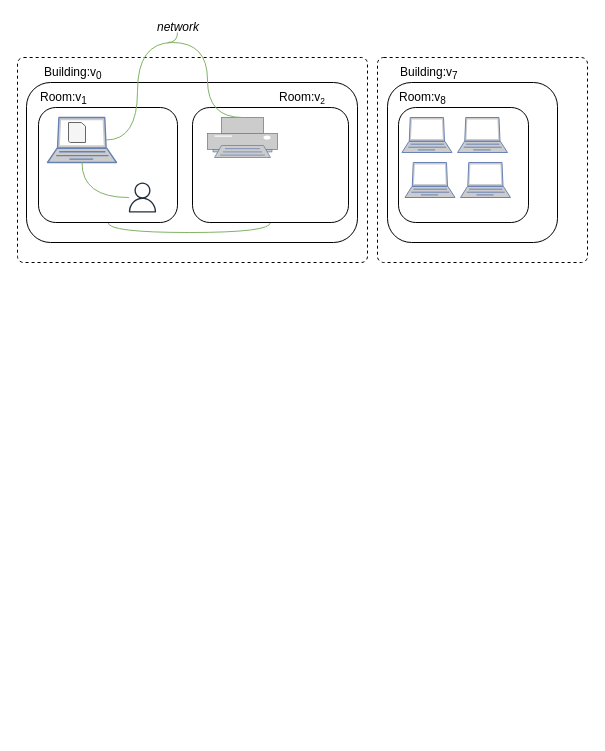
Before: etc/doc/docusaurus/assets/bigraph-models.drawio in bigraph-toolkit-suite/bigraphs.bigraph-framework, a draw.io diagram. Source tidied: cells renumbered, new cells numbered last; positions are measured from the earlier drawing's top-left corner, leaving out a move shared by most shapes. Both pictures are drawn from the tidied source at 100%, with x=0, y=0 at pixel (17, 17).
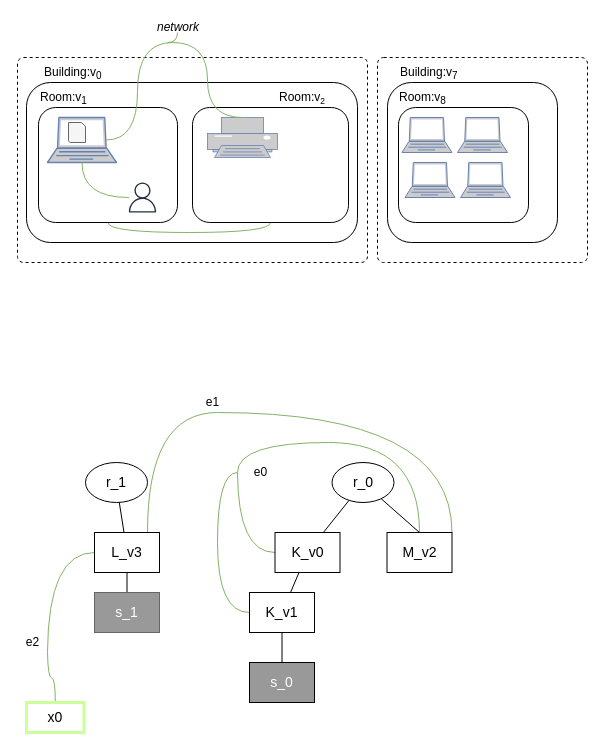
After the change.

Commit message (it also covers changes not shown here):
- graphml schema validation unit test - documentation updated concerning graphml + some new figures

Diff of the diagram source:
```diff
@@
+    <mxCell id="27" style="edgeStyle=none;rounded=0;jettySize=auto;html=1;endArrow=none;endFill=0;" parent="1" edge="1" source="28" target="32">
+      <mxGeometry relative="1" as="geometry" />
+    </mxCell>
+    <mxCell id="28" value="&lt;font style=&quot;font-size: 14px&quot;&gt;r_1&lt;/font&gt;" style="ellipse;whiteSpace=wrap;html=1;" parent="1" vertex="1">
+      <mxGeometry x="68" y="445" width="62" height="40" as="geometry" />
+    </mxCell>
+    <mxCell id="29" style="rounded=0;jettySize=auto;html=1;endArrow=none;endFill=0;" parent="1" edge="1" source="32" target="43">
+      <mxGeometry relative="1" as="geometry" />
+    </mxCell>
+    <mxCell id="30" style="edgeStyle=orthogonalEdgeStyle;curved=1;rounded=0;jettySize=auto;html=1;endArrow=none;endFill=0;strokeColor=#82b366;fillColor=#d5e8d4;" parent="1" edge="1" source="32">
+      <mxGeometry relative="1" as="geometry">
+        <mxPoint x="30" y="635" as="targetPoint" />
+      </mxGeometry>
+    </mxCell>
+    <mxCell id="31" style="edgeStyle=orthogonalEdgeStyle;curved=1;rounded=0;jettySize=auto;html=1;endArrow=none;endFill=0;strokeColor=#82b366;fillColor=#d5e8d4;" parent="1" edge="1" source="32">
+      <mxGeometry relative="1" as="geometry">
+        <mxPoint x="200" y="395" as="targetPoint" />
+        <Array as="points">
+          <mxPoint x="130" y="395" />
+        </Array>
+      </mxGeometry>
+    </mxCell>
+    <mxCell id="32" value="&lt;font style=&quot;font-size: 14px&quot;&gt;L_v3&lt;/font&gt;" style="rounded=0;whiteSpace=wrap;html=1;" parent="1" vertex="1">
+      <mxGeometry x="77" y="515" width="65" height="40" as="geometry" />
+    </mxCell>
+    <mxCell id="33" style="edgeStyle=none;rounded=0;jettySize=auto;html=1;endArrow=none;endFill=0;" parent="1" edge="1" source="35" target="41">
+      <mxGeometry relative="1" as="geometry" />
+    </mxCell>
+    <mxCell id="34" style="edgeStyle=orthogonalEdgeStyle;curved=1;rounded=0;jettySize=auto;html=1;endArrow=none;endFill=0;fillColor=#d5e8d4;strokeColor=#82b366;" parent="1" edge="1" source="35">
+      <mxGeometry relative="1" as="geometry">
+        <mxPoint x="220" y="455" as="targetPoint" />
+      </mxGeometry>
+    </mxCell>
+    <mxCell id="35" value="&lt;font style=&quot;font-size: 14px&quot;&gt;K_v0&lt;/font&gt;" style="rounded=0;whiteSpace=wrap;html=1;" parent="1" vertex="1">
+      <mxGeometry x="257.5" y="515" width="65" height="40" as="geometry" />
+    </mxCell>
+    <mxCell id="36" style="edgeStyle=orthogonalEdgeStyle;curved=1;rounded=0;jettySize=auto;html=1;endArrow=none;endFill=0;strokeColor=#82b366;fillColor=#d5e8d4;" parent="1" edge="1" source="38">
+      <mxGeometry relative="1" as="geometry">
+        <mxPoint x="220" y="455" as="targetPoint" />
+        <Array as="points">
+          <mxPoint x="402" y="425" />
+          <mxPoint x="220" y="425" />
+        </Array>
+      </mxGeometry>
+    </mxCell>
+    <mxCell id="37" style="edgeStyle=orthogonalEdgeStyle;curved=1;rounded=0;jettySize=auto;html=1;exitX=1;exitY=0;exitDx=0;exitDy=0;endArrow=none;endFill=0;strokeColor=#82b366;fillColor=#d5e8d4;" parent="1" edge="1" source="38">
+      <mxGeometry relative="1" as="geometry">
+        <mxPoint x="200" y="395" as="targetPoint" />
+        <Array as="points">
+          <mxPoint x="434" y="395" />
+        </Array>
+      </mxGeometry>
+    </mxCell>
+    <mxCell id="38" value="&lt;font style=&quot;font-size: 14px&quot;&gt;M_v2&lt;/font&gt;" style="rounded=0;whiteSpace=wrap;html=1;" parent="1" vertex="1">
+      <mxGeometry x="369.5" y="515" width="65" height="40" as="geometry" />
+    </mxCell>
+    <mxCell id="39" style="edgeStyle=none;rounded=0;jettySize=auto;html=1;endArrow=none;endFill=0;" parent="1" edge="1" source="41" target="42">
+      <mxGeometry relative="1" as="geometry" />
+    </mxCell>
+    <mxCell id="40" style="edgeStyle=orthogonalEdgeStyle;curved=1;rounded=0;jettySize=auto;html=1;endArrow=none;endFill=0;fillColor=#d5e8d4;strokeColor=#82b366;" parent="1" edge="1" source="41">
+      <mxGeometry relative="1" as="geometry">
+        <mxPoint x="220" y="455" as="targetPoint" />
+        <Array as="points">
+          <mxPoint x="200" y="595" />
+          <mxPoint x="200" y="455" />
+        </Array>
+      </mxGeometry>
+    </mxCell>
+    <mxCell id="41" value="&lt;font style=&quot;font-size: 14px&quot;&gt;K_v1&lt;/font&gt;" style="rounded=0;whiteSpace=wrap;html=1;" parent="1" vertex="1">
+      <mxGeometry x="232" y="575" width="65" height="40" as="geometry" />
+    </mxCell>
+    <mxCell id="42" value="&lt;font style=&quot;font-size: 14px&quot;&gt;&lt;font color=&quot;#ffffff&quot;&gt;s_0&lt;/font&gt;&lt;br&gt;&lt;/font&gt;" style="rounded=0;whiteSpace=wrap;html=1;fillColor=#999999;" parent="1" vertex="1">
+      <mxGeometry x="232" y="645" width="65" height="40" as="geometry" />
+    </mxCell>
+    <mxCell id="43" value="&lt;font style=&quot;font-size: 14px&quot;&gt;&lt;font color=&quot;#ffffff&quot;&gt;s_1&lt;/font&gt;&lt;br&gt;&lt;/font&gt;" style="rounded=0;whiteSpace=wrap;html=1;fillColor=#999999;strokeColor=#666666;fontColor=#333333;" parent="1" vertex="1">
+      <mxGeometry x="77" y="575" width="65" height="40" as="geometry" />
+    </mxCell>
+    <mxCell id="44" style="edgeStyle=none;rounded=0;jettySize=auto;html=1;endArrow=none;endFill=0;" parent="1" edge="1" source="46" target="35">
+      <mxGeometry relative="1" as="geometry" />
+    </mxCell>
+    <mxCell id="45" style="edgeStyle=none;rounded=0;jettySize=auto;html=1;entryX=0.5;entryY=0;entryDx=0;entryDy=0;endArrow=none;endFill=0;" parent="1" edge="1" source="46" target="38">
+      <mxGeometry relative="1" as="geometry" />
+    </mxCell>
+    <mxCell id="46" value="&lt;font style=&quot;font-size: 14px&quot;&gt;r_0&lt;/font&gt;" style="ellipse;whiteSpace=wrap;html=1;" parent="1" vertex="1">
+      <mxGeometry x="314.5" y="445" width="62" height="40" as="geometry" />
+    </mxCell>
+    <mxCell id="47" style="edgeStyle=orthogonalEdgeStyle;curved=1;rounded=0;jettySize=auto;html=1;endArrow=none;endFill=0;strokeColor=#82b366;fillColor=#d5e8d4;" parent="1" edge="1" source="48">
+      <mxGeometry relative="1" as="geometry">
+        <mxPoint x="30" y="635" as="targetPoint" />
+      </mxGeometry>
+    </mxCell>
+    <mxCell id="48" value="&lt;font style=&quot;font-size: 14px&quot;&gt;x0&lt;/font&gt;" style="rounded=0;whiteSpace=wrap;html=1;strokeColor=#CCFF99;strokeWidth=3;" parent="1" vertex="1">
+      <mxGeometry x="9" y="685" width="57.5" height="30" as="geometry" />
+    </mxCell>
+    <mxCell id="49" value="e0" style="text;html=1;align=center;verticalAlign=middle;" parent="1" vertex="1">
+      <mxGeometry x="227.5" y="445" width="30" height="20" as="geometry" />
+    </mxCell>
+    <mxCell id="50" value="e1" style="text;html=1;align=center;verticalAlign=middle;" parent="1" vertex="1">
+      <mxGeometry x="180" y="375" width="30" height="20" as="geometry" />
+    </mxCell>
+    <mxCell id="51" value="e2" style="text;html=1;align=center;verticalAlign=middle;" parent="1" vertex="1">
+      <mxGeometry y="615" width="30" height="20" as="geometry" />
+    </mxCell>
```
